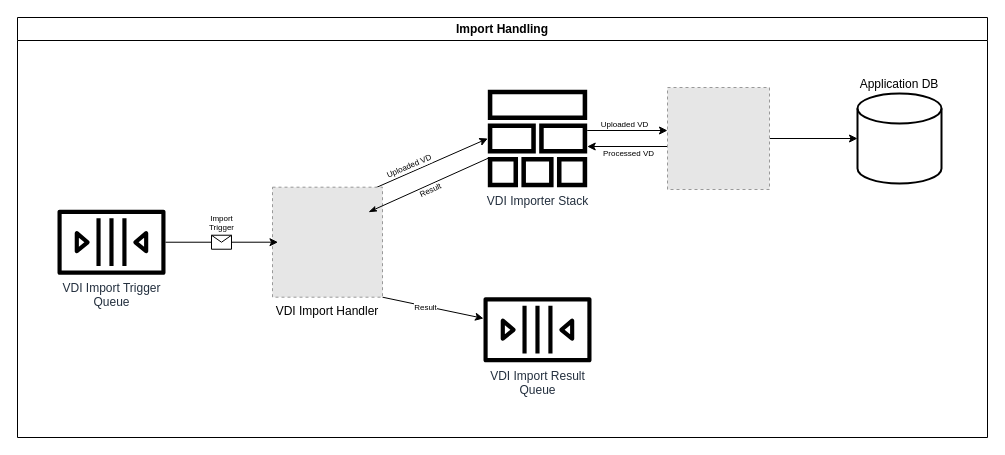
Earlier version of the draw.io diagram docs/design/1.0/diagrams/3-import-handling.drawio (VEuPathDB/vdi-service). Source tidied: cells renumbered, new cells numbered last; positions are measured from the earlier drawing's top-left corner, leaving out a move shared by most shapes. Both pictures are drawn from the tidied source at 100%, with x=0, y=0 at pixel (17, 17). Pictures stored in the file or linked from it are replaced by grey dashed boxes.
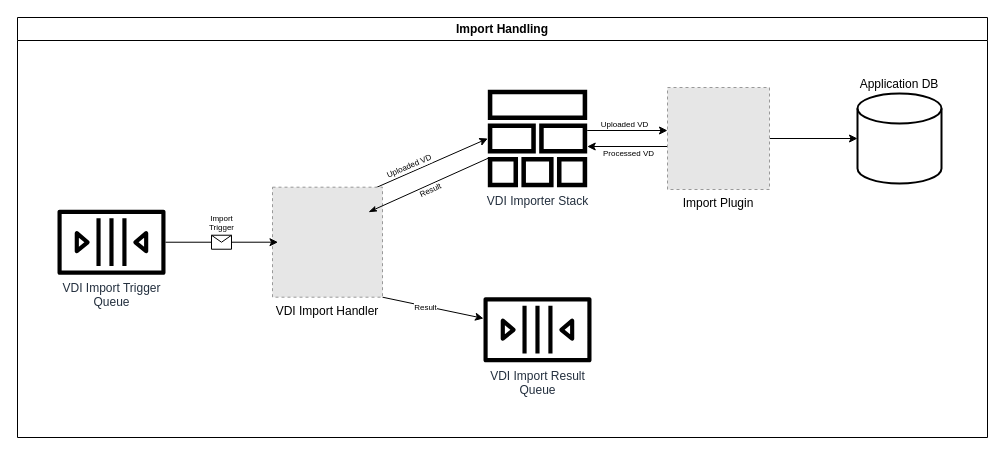
The same page after the edit.

The change refers to these unchanged cells:
```xml
<mxCell id="2" value="Import Handling" style="swimlane;whiteSpace=wrap;html=1;fontSize=12;fillColor=default;" parent="1" vertex="1">
  <mxGeometry width="970" height="420" as="geometry" />
</mxCell>
```

What changed in the source:
```diff
@@
-    <mxCell id="18" style="fillColor=#E6E6E6;strokeColor=#999999;dashed=1;verticalLabelPosition=bottom;labelBackgroundColor=default;verticalAlign=top;" parent="2" vertex="1">
+    <mxCell id="18" value="Import Plugin" style="fillColor=#E6E6E6;strokeColor=#999999;dashed=1;verticalLabelPosition=bottom;labelBackgroundColor=default;verticalAlign=top;" parent="2" vertex="1">
       <mxGeometry x="650" y="70" width="102" height="102" as="geometry" />
     </mxCell>
```
